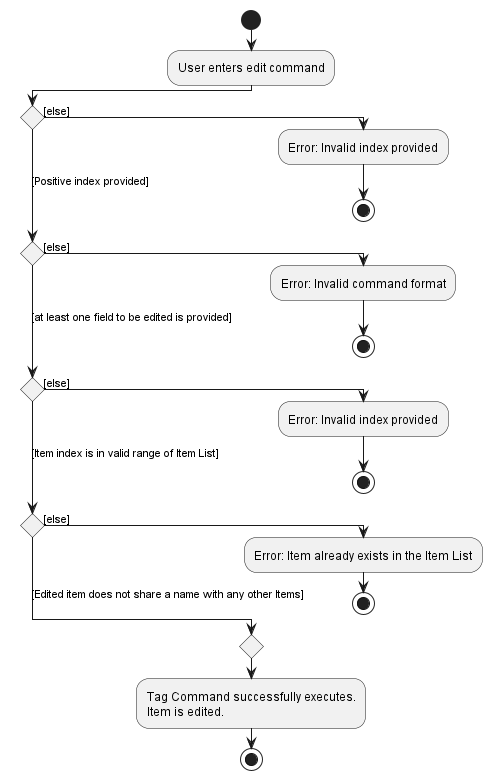
The PlantUML diagram docs/images/EditItemActivityDiagram.png in nus-cs2103-AY2223S1/tp, before a commit.
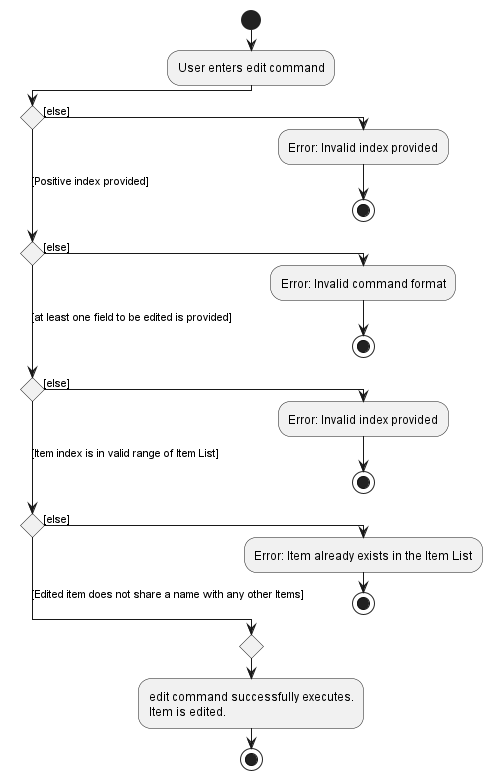
After the change.

Commit message:
Fix edit command activity diagram again

The edit, as a diff of the source:
```diff
@@ -16,7 +16,7 @@
    stop
  else ([Edited item does not share a name with any other Items])
 endif
-  :Tag Command successfully executes.
+  :edit command successfully executes.
 Item is edited.;
 stop
 
```
